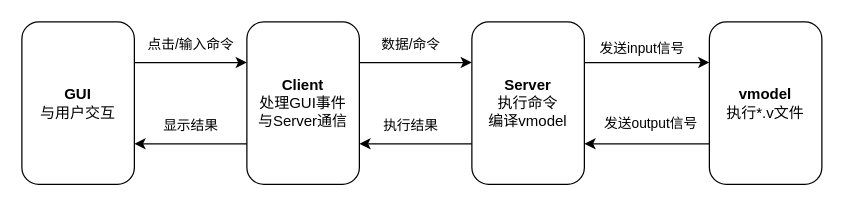
The draw.io diagram page "程序模块图" (1 of 5) of Task2.drawio in moui66744/NetDesign, before the edit. Source tidied: cells renumbered, new cells numbered last; positions are measured from the earlier drawing's top-left corner, leaving out a move shared by most shapes. Both pictures are drawn from the tidied source at 125%, with x=0, y=0 at pixel (21, 21).
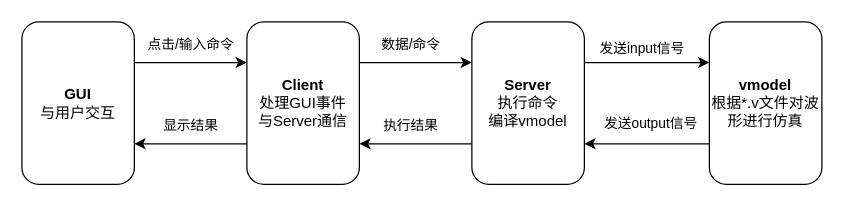
Above is the later version.

The edit, as a diff of the source:
```diff
@@
-    <mxCell id="4" value="&lt;b&gt;vmodel&lt;/b&gt;&lt;br&gt;执行*.v文件" style="rounded=1;whiteSpace=wrap;html=1;" parent="1" vertex="1">
+    <mxCell id="4" value="&lt;b&gt;vmodel&lt;/b&gt;&lt;br&gt;根据*.v文件对波形进行仿真" style="rounded=1;whiteSpace=wrap;html=1;" parent="1" vertex="1">
       <mxGeometry x="550" width="90" height="130" as="geometry" />
     </mxCell>
```
